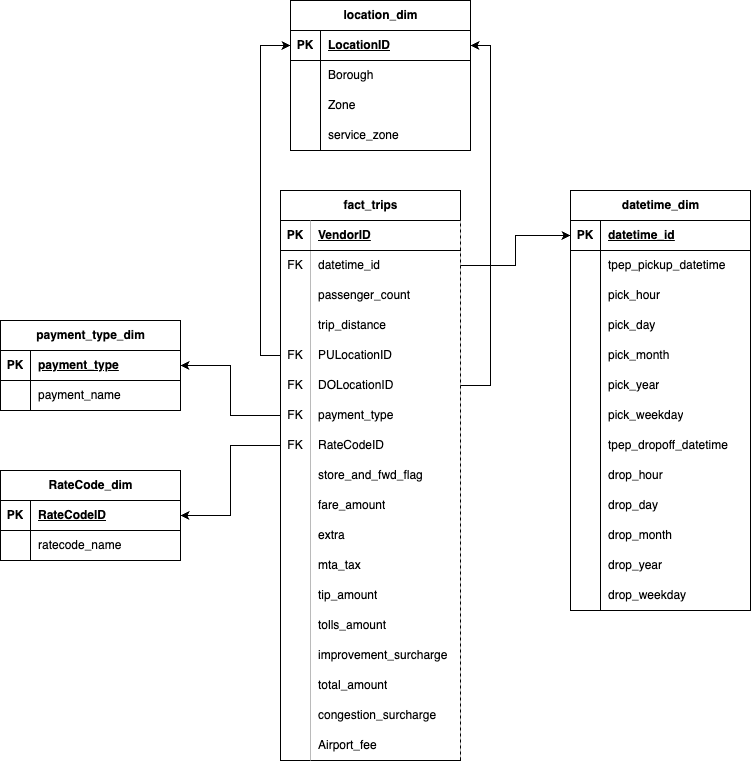
Above: Data-Model.drawio.png in rishiguptha/NYCab-Insights (draw.io), before the change. Source tidied: cells renumbered, new cells last; positions are measured from the earlier drawing's top-left corner, leaving out a move shared by most shapes.
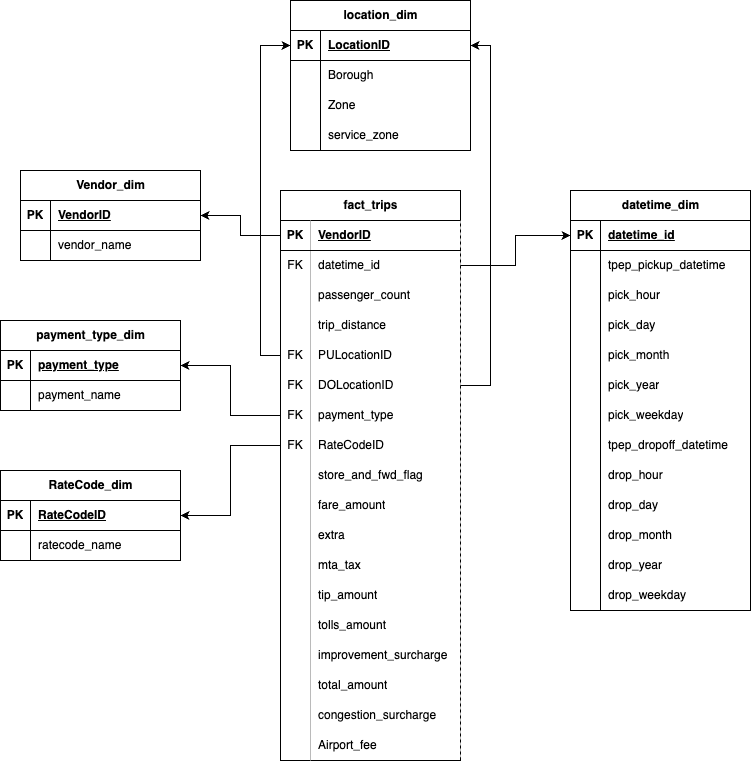
Later version of the same file.

What changed in the source:
```diff
@@ -383,5 +383,29 @@
     <mxCell id="128" style="edgeStyle=orthogonalEdgeStyle;rounded=0;jettySize=auto;html=1;entryX=1;entryY=0.5;entryDx=0;entryDy=0;exitX=1;exitY=0.5;exitDx=0;exitDy=0;" parent="1" edge="1" source="18" target="98">
       <mxGeometry relative="1" as="geometry" />
     </mxCell>
+    <mxCell id="129" value="Vendor_dim" style="shape=table;startSize=30;rowLines=0;fontStyle=1;align=center;html=1;" parent="1" vertex="1">
+      <mxGeometry x="20" y="170" width="180" height="90" as="geometry" />
+    </mxCell>
+    <mxCell id="130" style="shape=tableRow;horizontal=0;startSize=0;swimlaneHead=0;swimlaneBody=0;fillColor=none;top=0;left=0;right=0;bottom=1;" parent="129" vertex="1">
+      <mxGeometry y="30" width="180" height="30" as="geometry" />
+    </mxCell>
+    <mxCell id="131" value="PK" style="shape=partialRectangle;fillColor=none;top=0;left=0;bottom=0;right=0;fontStyle=1;overflow=hidden;whiteSpace=wrap;html=1;" parent="130" vertex="1">
+      <mxGeometry width="30" height="30" as="geometry" />
+    </mxCell>
+    <mxCell id="132" value="VendorID" style="shape=partialRectangle;fillColor=none;top=0;left=0;bottom=0;right=0;align=left;spacingLeft=6;fontStyle=5;overflow=hidden;whiteSpace=wrap;html=1;" parent="130" vertex="1">
+      <mxGeometry x="30" width="150" height="30" as="geometry" />
+    </mxCell>
+    <mxCell id="133" style="shape=tableRow;horizontal=0;startSize=0;swimlaneHead=0;swimlaneBody=0;fillColor=none;top=0;left=0;right=0;bottom=0;" parent="129" vertex="1">
+      <mxGeometry y="60" width="180" height="30" as="geometry" />
+    </mxCell>
+    <mxCell id="134" style="shape=partialRectangle;fillColor=none;top=0;left=0;bottom=0;right=0;overflow=hidden;whiteSpace=wrap;html=1;" parent="133" vertex="1">
+      <mxGeometry width="30" height="30" as="geometry" />
+    </mxCell>
+    <mxCell id="135" value="vendor_name" style="shape=partialRectangle;fillColor=none;top=0;left=0;bottom=0;right=0;align=left;spacingLeft=6;overflow=hidden;whiteSpace=wrap;html=1;" parent="133" vertex="1">
+      <mxGeometry x="30" width="150" height="30" as="geometry" />
+    </mxCell>
+    <mxCell id="136" style="edgeStyle=orthogonalEdgeStyle;rounded=0;jettySize=auto;html=1;exitX=0;exitY=0.5;exitDx=0;exitDy=0;entryX=1;entryY=0.5;entryDx=0;entryDy=0;" parent="1" edge="1" source="3" target="129">
+      <mxGeometry relative="1" as="geometry" />
+    </mxCell>
   </root>
 </mxGraphModel>
```
